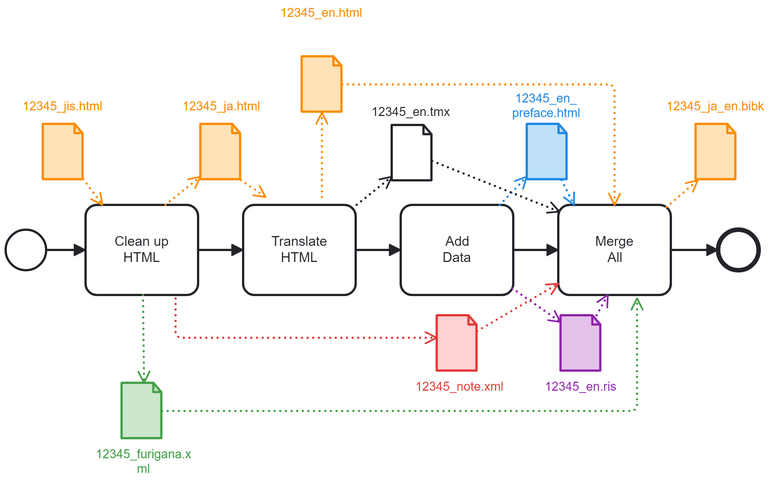
The BPMN diagram 0-InitialWorkflow.png in japotrad/blue-sora, before a commit. Its source is kept beside it as 0-InitialWorkflow.bpmn. Ids are renumbered.
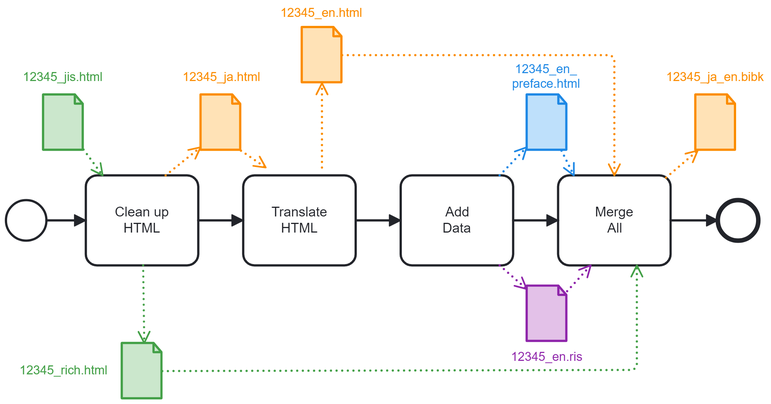
After the change.

Commit message:
Process more in the convert2Utf bash file and less in clean.xsl. Create rich file (with Ruby) instead of utf file so that merge process becomes easier. No more XHTML 1.0: use XHTML 1.1 instead.

What changed in the source:
```diff
@@ -3,11 +3,10 @@
     <bpmn:dataObjectReference id="DataObjectReference_n2" name="12345_en_&#10;preface.html" dataObjectRef="DataObject_n3" />
     <bpmn:dataObjectReference id="DataObjectReference_n4" name="12345_en.html" dataObjectRef="DataObject_n5" />
     <bpmn:dataObjectReference id="DataObjectReference_n6" name="12345_en.ris" dataObjectRef="DataObject_n7" />
-    <bpmn:dataObjectReference id="DataObjectReference_n8" name="12345_furigana.xml" dataObjectRef="DataObject_n9" />
+    <bpmn:dataObjectReference id="DataObjectReference_n8" name="12345_rich.html" dataObjectRef="DataObject_n9" />
     <bpmn:dataObjectReference id="DataObjectReference_n10" name="12345_ja_en.bibk" dataObjectRef="DataObject_n11" />
     <bpmn:dataObjectReference id="DataObjectReference_n12" name="12345_ja.html" dataObjectRef="DataObject_n13" />
     <bpmn:dataObjectReference id="DataObjectReference_n14" name="12345_jis.html" dataObjectRef="DataObject_n15" />
-    <bpmn:dataObjectReference id="DataObjectReference_n16" name="12345_note.xml" dataObjectRef="DataObject_n17" />
     <bpmn:task id="Activity_n18" name="Add&#10;Data">
       <bpmn:incoming>Flow_n19</bpmn:incoming>
       <bpmn:outgoing>Flow_n20</bpmn:outgoing>
@@ -29,14 +28,10 @@
       <bpmn:dataOutputAssociation id="DataOutputAssociation_n28">
         <bpmn:targetRef>DataObjectReference_n12</bpmn:targetRef>
       </bpmn:dataOutputAssociation>
-      <bpmn:dataOutputAssociation id="DataOutputAssociation_n29">
-        <bpmn:targetRef>DataObjectReference_n16</bpmn:targetRef>
-      </bpmn:dataOutputAssociation>
       <bpmn:dataOutputAssociation id="DataOutputAssociation_n30">
         <bpmn:targetRef>DataObjectReference_n8</bpmn:targetRef>
       </bpmn:dataOutputAssociation>
     </bpmn:task>
-    <bpmn:dataObject id="DataObject_n17" />
     <bpmn:dataObject id="DataObject_n13" />
     <bpmn:dataObject id="DataObject_n11" />
     <bpmn:dataObject id="DataObject_n7" />
@@ -64,20 +59,12 @@
         <bpmn:sourceRef>DataObjectReference_n8</bpmn:sourceRef>
         <bpmn:targetRef>Property_n35</bpmn:targetRef>
       </bpmn:dataInputAssociation>
-      <bpmn:dataInputAssociation id="DataInputAssociation_n38">
-        <bpmn:sourceRef>DataObjectReference_n16</bpmn:sourceRef>
-        <bpmn:targetRef>Property_n35</bpmn:targetRef>
-      </bpmn:dataInputAssociation>
       <bpmn:dataInputAssociation id="DataInputAssociation_n39">
         <bpmn:sourceRef>DataObjectReference_n6</bpmn:sourceRef>
         <bpmn:targetRef>Property_n35</bpmn:targetRef>
       </bpmn:dataInputAssociation>
       <bpmn:dataInputAssociation id="DataInputAssociation_n40">
         <bpmn:sourceRef>DataObjectReference_n4</bpmn:sourceRef>
-        <bpmn:targetRef>Property_n35</bpmn:targetRef>
-      </bpmn:dataInputAssociation>
-      <bpmn:dataInputAssociation id="DataInputAssociation_n41">
-        <bpmn:sourceRef>DataObjectReference_n42</bpmn:sourceRef>
         <bpmn:targetRef>Property_n35</bpmn:targetRef>
       </bpmn:dataInputAssociation>
       <bpmn:dataOutputAssociation id="DataOutputAssociation_n43">
@@ -98,12 +85,7 @@
       <bpmn:dataOutputAssociation id="DataOutputAssociation_n46">
         <bpmn:targetRef>DataObjectReference_n4</bpmn:targetRef>
       </bpmn:dataOutputAssociation>
-      <bpmn:dataOutputAssociation id="DataOutputAssociation_n47">
-        <bpmn:targetRef>DataObjectReference_n42</bpmn:targetRef>
-      </bpmn:dataOutputAssociation>
     </bpmn:task>
-    <bpmn:dataObjectReference id="DataObjectReference_n42" name="12345_en.tmx" dataObjectRef="DataObject_n48" />
-    <bpmn:dataObject id="DataObject_n48" />
   </bpmn:process>
   <bpmndi:BPMNDiagram id="BPMNDiagram_1">
     <bpmndi:BPMNPlane id="BPMNPlane_1" bpmnElement="buildDbk">
@@ -116,19 +98,7 @@
       <bpmndi:BPMNShape id="DataObjectReference_n4_di" bpmnElement="DataObjectReference_n4" bioc:stroke="#fb8c00" bioc:fill="#ffe0b2" color:background-color="#ffe0b2" color:border-color="#fb8c00">
         <dc:Bounds x="442" y="125" width="36" height="50" />
         <bpmndi:BPMNLabel color:color="#fb8c00">
-          <dc:Bounds x="423" y="80" width="74" height="14" />
-        </bpmndi:BPMNLabel>
-      </bpmndi:BPMNShape>
-      <bpmndi:BPMNShape id="DataObjectReference_n6_di" bpmnElement="DataObjectReference_n6" bioc:stroke="#8e24aa" bioc:fill="#e1bee7" color:background-color="#e1bee7" color:border-color="#8e24aa">
-        <dc:Bounds x="672" y="355" width="36" height="50" />
-        <bpmndi:BPMNLabel color:color="#8e24aa">
-          <dc:Bounds x="658" y="412" width="65" height="14" />
-        </bpmndi:BPMNLabel>
-      </bpmndi:BPMNShape>
-      <bpmndi:BPMNShape id="BPMNShape_n49" bpmnElement="DataObjectReference_n8" bioc:stroke="#43a047" bioc:fill="#c8e6c9" color:background-color="#c8e6c9" color:border-color="#43a047">
-        <dc:Bounds x="282" y="415" width="36" height="50" />
-        <bpmndi:BPMNLabel>
-          <dc:Bounds x="259" y="472" width="86" height="27" />
+          <dc:Bounds x="423" y="106" width="74" height="14" />
         </bpmndi:BPMNLabel>
       </bpmndi:BPMNShape>
       <bpmndi:BPMNShape id="DataObjectReference_n10_di" bpmnElement="DataObjectReference_n10" bioc:stroke="#fb8c00" bioc:fill="#ffe0b2" color:background-color="#ffe0b2" color:border-color="#fb8c00">
@@ -143,16 +113,10 @@
           <dc:Bounds x="336" y="163" width="70" height="14" />
         </bpmndi:BPMNLabel>
       </bpmndi:BPMNShape>
-      <bpmndi:BPMNShape id="DataObjectReference_n14_di" bpmnElement="DataObjectReference_n14" bioc:stroke="#fb8c00" bioc:fill="#ffe0b2" color:background-color="#ffe0b2" color:border-color="#fb8c00">
+      <bpmndi:BPMNShape id="DataObjectReference_n14_di" bpmnElement="DataObjectReference_n14" bioc:stroke="#43a047" bioc:fill="#c8e6c9" color:background-color="#c8e6c9" color:border-color="#43a047">
         <dc:Bounds x="212" y="185" width="36" height="50" />
-        <bpmndi:BPMNLabel>
+        <bpmndi:BPMNLabel color:color="#43a047">
           <dc:Bounds x="194" y="163" width="72" height="14" />
-        </bpmndi:BPMNLabel>
-      </bpmndi:BPMNShape>
-      <bpmndi:BPMNShape id="DataObjectReference_n16_di" bpmnElement="DataObjectReference_n16" bioc:stroke="#e53935" bioc:fill="#ffcdd2" color:background-color="#ffcdd2" color:border-color="#e53935">
-        <dc:Bounds x="562" y="355" width="36" height="50" />
-        <bpmndi:BPMNLabel color:color="#e53935">
-          <dc:Bounds x="543" y="412" width="79" height="14" />
         </bpmndi:BPMNLabel>
       </bpmndi:BPMNShape>
       <bpmndi:BPMNShape id="Activity_n18_di" bpmnElement="Activity_n18">
@@ -177,10 +141,16 @@
         <dc:Bounds x="390" y="257" width="100" height="80" />
         <bpmndi:BPMNLabel />
       </bpmndi:BPMNShape>
-      <bpmndi:BPMNShape id="DataObjectReference_n42_di" bpmnElement="DataObjectReference_n42">
-        <dc:Bounds x="522" y="186" width="36" height="50" />
+      <bpmndi:BPMNShape id="DataObjectReference_n6_di" bpmnElement="DataObjectReference_n6" bioc:stroke="#8e24aa" bioc:fill="#e1bee7" color:background-color="#e1bee7" color:border-color="#8e24aa">
+        <dc:Bounds x="642" y="355" width="36" height="50" />
+        <bpmndi:BPMNLabel color:color="#8e24aa">
+          <dc:Bounds x="628" y="412" width="65" height="14" />
+        </bpmndi:BPMNLabel>
+      </bpmndi:BPMNShape>
+      <bpmndi:BPMNShape id="BPMNShape_n49" bpmnElement="DataObjectReference_n8" bioc:stroke="#43a047" bioc:fill="#c8e6c9" color:background-color="#c8e6c9" color:border-color="#43a047">
+        <dc:Bounds x="282" y="406" width="36" height="50" />
         <bpmndi:BPMNLabel>
-          <dc:Bounds x="504" y="168" width="71" height="14" />
+          <dc:Bounds x="191" y="424" width="79" height="14" />
         </bpmndi:BPMNLabel>
       </bpmndi:BPMNShape>
       <bpmndi:BPMNEdge id="DataOutputAssociation_n21_di" bpmnElement="DataOutputAssociation_n21" bioc:stroke="#1e88e5" color:border-color="#1e88e5">
@@ -188,10 +158,10 @@
         <di:waypoint x="642" y="232" />
       </bpmndi:BPMNEdge>
       <bpmndi:BPMNEdge id="DataOutputAssociation_n22_di" bpmnElement="DataOutputAssociation_n22" bioc:stroke="#8e24aa" color:border-color="#8e24aa">
-        <di:waypoint x="629" y="331" />
-        <di:waypoint x="672" y="361" />
+        <di:waypoint x="618" y="337" />
+        <di:waypoint x="642" y="358" />
       </bpmndi:BPMNEdge>
-      <bpmndi:BPMNEdge id="DataInputAssociation_n27_di" bpmnElement="DataInputAssociation_n27" bioc:stroke="#fb8c00" color:border-color="#fb8c00">
+      <bpmndi:BPMNEdge id="DataInputAssociation_n27_di" bpmnElement="DataInputAssociation_n27" bioc:stroke="#43a047" color:border-color="#43a047">
         <di:waypoint x="248" y="234" />
         <di:waypoint x="265" y="257" />
       </bpmndi:BPMNEdge>
@@ -199,14 +169,9 @@
         <di:waypoint x="321" y="257" />
         <di:waypoint x="352" y="232" />
       </bpmndi:BPMNEdge>
-      <bpmndi:BPMNEdge id="DataOutputAssociation_n29_di" bpmnElement="DataOutputAssociation_n29" bioc:stroke="#e53935" color:border-color="#e53935">
-        <di:waypoint x="330" y="340" />
-        <di:waypoint x="330" y="375" />
-        <di:waypoint x="562" y="375" />
-      </bpmndi:BPMNEdge>
       <bpmndi:BPMNEdge id="DataOutputAssociation_n30_di" bpmnElement="DataOutputAssociation_n30" bioc:stroke="#43a047" color:border-color="#43a047">
         <di:waypoint x="301" y="337" />
-        <di:waypoint x="302" y="415" />
+        <di:waypoint x="302" y="406" />
       </bpmndi:BPMNEdge>
       <bpmndi:BPMNEdge id="Flow_n32_di" bpmnElement="Flow_n32">
         <di:waypoint x="770" y="297" />
@@ -233,17 +198,13 @@
         <di:waypoint x="684" y="257" />
       </bpmndi:BPMNEdge>
       <bpmndi:BPMNEdge id="DataInputAssociation_n37_di" bpmnElement="DataInputAssociation_n37" bioc:stroke="#43a047" color:border-color="#43a047">
-        <di:waypoint x="318" y="440" />
-        <di:waypoint x="740" y="440" />
-        <di:waypoint x="740" y="340" />
-      </bpmndi:BPMNEdge>
-      <bpmndi:BPMNEdge id="DataInputAssociation_n38_di" bpmnElement="DataInputAssociation_n38" bioc:stroke="#e53935" color:border-color="#e53935">
-        <di:waypoint x="598" y="369" />
-        <di:waypoint x="670" y="327" />
+        <di:waypoint x="318" y="431" />
+        <di:waypoint x="740" y="430" />
+        <di:waypoint x="740" y="337" />
       </bpmndi:BPMNEdge>
       <bpmndi:BPMNEdge id="DataInputAssociation_n39_di" bpmnElement="DataInputAssociation_n39" bioc:stroke="#8e24aa" color:border-color="#8e24aa">
-        <di:waypoint x="704" y="355" />
-        <di:waypoint x="714" y="337" />
+        <di:waypoint x="678" y="360" />
+        <di:waypoint x="699" y="337" />
       </bpmndi:BPMNEdge>
       <bpmndi:BPMNEdge id="DataInputAssociation_n40_di" bpmnElement="DataInputAssociation_n40" bioc:stroke="#fb8c00" color:border-color="#fb8c00">
         <di:waypoint x="478" y="150" />
@@ -262,14 +223,6 @@
         <di:waypoint x="460" y="250" />
         <di:waypoint x="460" y="175" />
       </bpmndi:BPMNEdge>
-      <bpmndi:BPMNEdge id="DataOutputAssociation_n47_di" bpmnElement="DataOutputAssociation_n47">
-        <di:waypoint x="487" y="260" />
-        <di:waypoint x="522" y="232" />
-      </bpmndi:BPMNEdge>
-      <bpmndi:BPMNEdge id="DataInputAssociation_n41_di" bpmnElement="DataInputAssociation_n41">
-        <di:waypoint x="558" y="218" />
-        <di:waypoint x="671" y="263" />
-      </bpmndi:BPMNEdge>
     </bpmndi:BPMNPlane>
   </bpmndi:BPMNDiagram>
 </bpmn:definitions>
```
